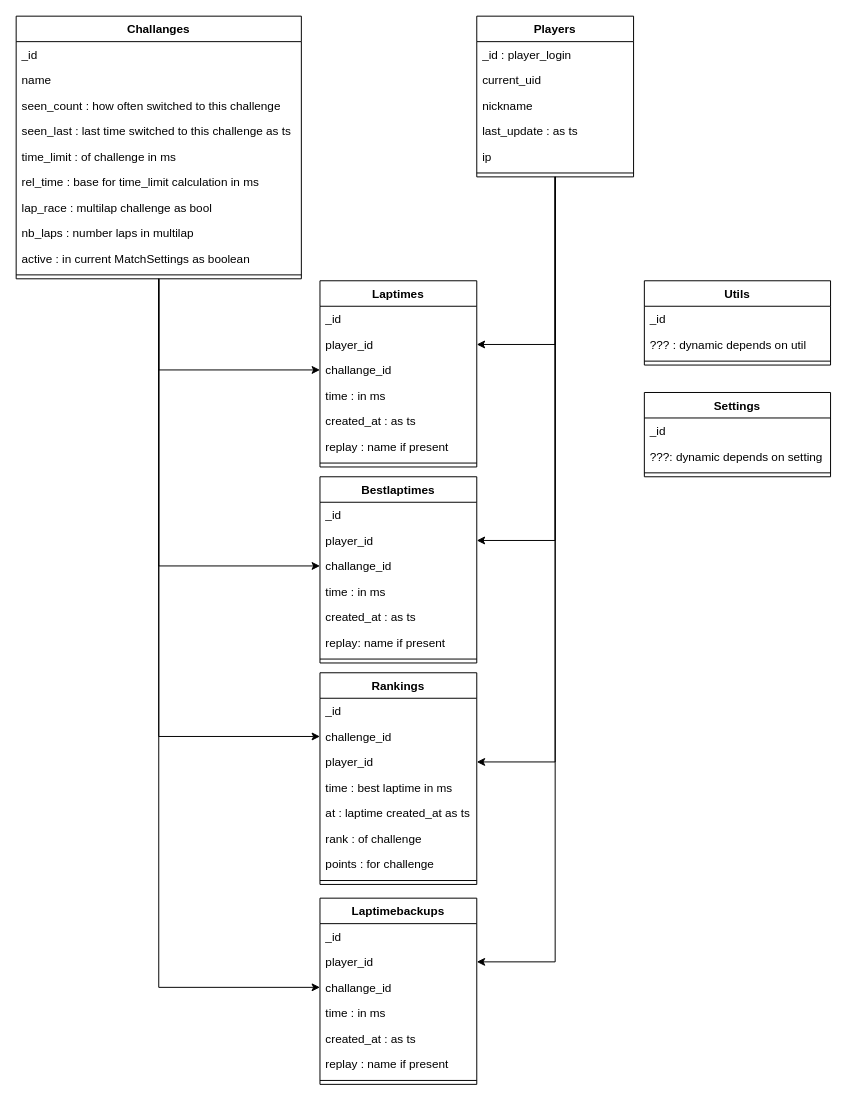
nils-ost/TMNF-TimeAttackServer keeps this draw.io diagram as docs/db_layout.drawio. Above is the earlier version. Source tidied: cells renumbered, new cells numbered last; positions are measured from the earlier drawing's top-left corner, leaving out a move shared by most shapes. Both pictures are drawn from the tidied source at 98%, with x=0, y=0 at pixel (16, 16).
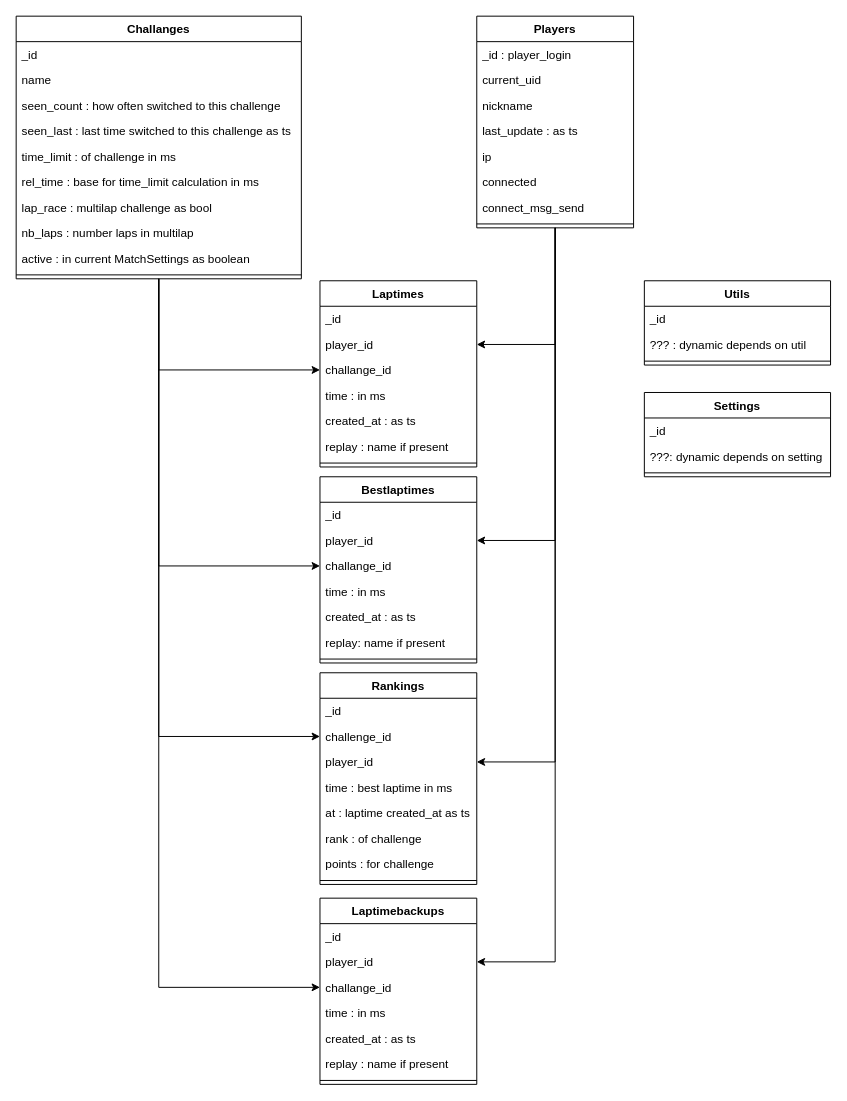
The same diagram, later.

Commit message (it also covers changes not shown here):
TAS-BE: Fixed #1 with player-logins containing whitespaces crashed worker on connect

The edit, as a diff of the source:
```diff
@@
     <mxCell id="6" value="Players" style="swimlane;fontStyle=1;align=center;verticalAlign=top;horizontal=1;startSize=26;" parent="1" vertex="1">
-      <mxGeometry x="470" width="160" height="164" as="geometry" />
+      <mxGeometry x="470" width="160" height="216" as="geometry" />
     </mxCell>
@@
+    <mxCell id="69" value="connected" style="text;strokeColor=none;fillColor=none;align=left;verticalAlign=top;spacingLeft=4;spacingRight=4;overflow=hidden;" parent="6" vertex="1">
+      <mxGeometry y="156" width="160" height="26" as="geometry" />
+    </mxCell>
+    <mxCell id="70" value="connect_msg_send" style="text;strokeColor=none;fillColor=none;align=left;verticalAlign=top;spacingLeft=4;spacingRight=4;overflow=hidden;" parent="6" vertex="1">
+      <mxGeometry y="182" width="160" height="26" as="geometry" />
+    </mxCell>
     <mxCell id="12" style="line;strokeWidth=1;fillColor=none;align=left;verticalAlign=middle;spacingTop=-1;spacingLeft=3;spacingRight=3;labelPosition=right;" parent="6" vertex="1">
-      <mxGeometry y="156" width="160" height="8" as="geometry" />
+      <mxGeometry y="208" width="160" height="8" as="geometry" />
     </mxCell>
```
